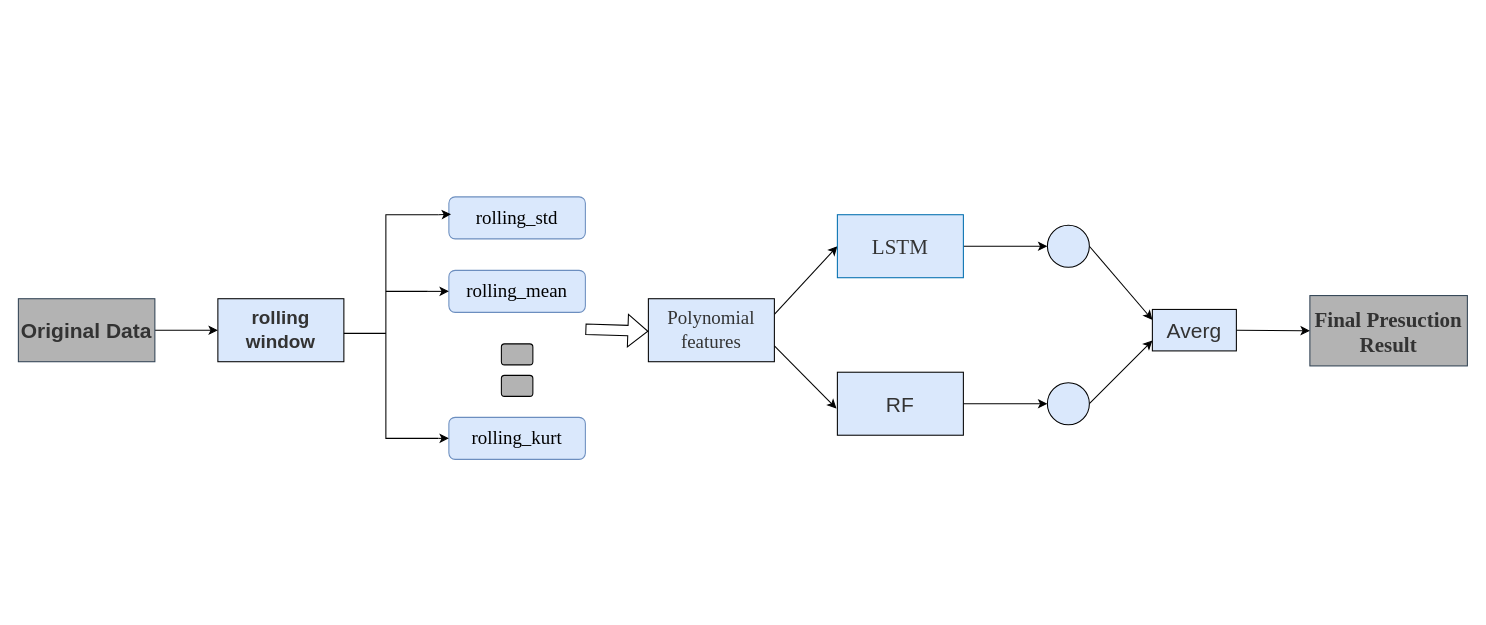
The draw.io diagram huihe.drawio in Lu-Ming-Song/C, before the edit. Source tidied: cells renumbered, new cells numbered last; positions are measured from the earlier drawing's top-left corner, leaving out a move shared by most shapes. Both pictures are drawn from the tidied source at 105%, with x=0, y=0 at pixel (18, 196).
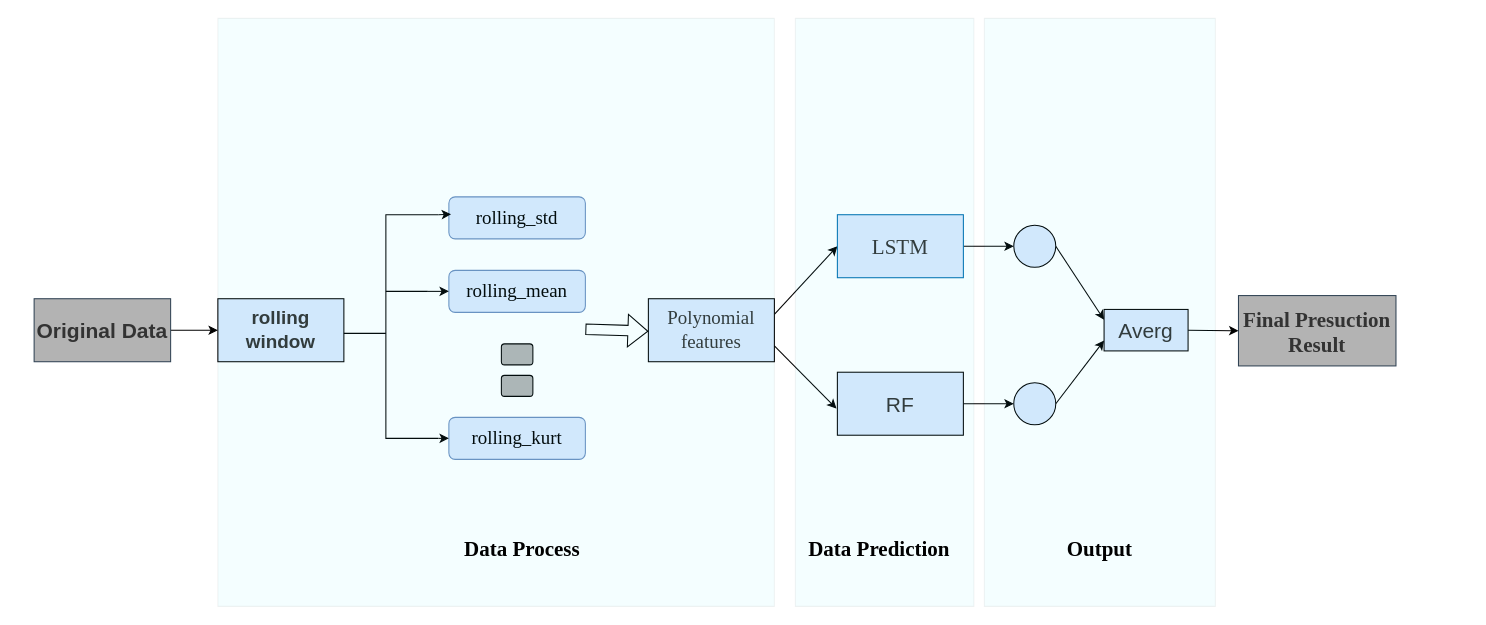
The same page after the edit.

Diff of the diagram source:
```diff
@@
     <mxCell id="3" value="&lt;font color=&quot;#333333&quot; style=&quot;font-size: 20px;&quot;&gt;&lt;b&gt;Original&amp;nbsp;&lt;span style=&quot;background-color: initial;&quot;&gt;Data&lt;/span&gt;&lt;/b&gt;&lt;/font&gt;" style="rounded=0;whiteSpace=wrap;html=1;fillColor=#B3B3B3;strokeColor=#314354;fontColor=#ffffff;" parent="1" vertex="1">
-      <mxGeometry y="97" width="130" height="60" as="geometry" />
+      <mxGeometry x="15" y="97" width="130" height="60" as="geometry" />
     </mxCell>
@@
     <mxCell id="16" value="&lt;font style=&quot;font-size: 20px;&quot; face=&quot;Times New Roman&quot; color=&quot;#333333&quot;&gt;&lt;b style=&quot;&quot;&gt;Final Presuction&lt;/b&gt;&lt;/font&gt;&lt;div style=&quot;color: rgb(0, 0, 0); font-size: 20px;&quot;&gt;&lt;font style=&quot;font-size: 20px;&quot; face=&quot;Times New Roman&quot; color=&quot;#333333&quot;&gt;&lt;b style=&quot;&quot;&gt;Result&lt;/b&gt;&lt;/font&gt;&lt;/div&gt;" style="rounded=0;whiteSpace=wrap;html=1;fillColor=#B3B3B3;strokeColor=#314354;fontColor=#ffffff;" parent="1" vertex="1">
-      <mxGeometry x="1230" y="94" width="150" height="67" as="geometry" />
+      <mxGeometry x="1162" y="94" width="150" height="67" as="geometry" />
     </mxCell>
@@
     <mxCell id="18" style="ellipse;whiteSpace=wrap;html=1;fillColor=#DAE8FC;" parent="1" vertex="1">
-      <mxGeometry x="980" y="27" width="40" height="40" as="geometry" />
+      <mxGeometry x="948" y="27" width="40" height="40" as="geometry" />
     </mxCell>
@@
     <mxCell id="20" style="ellipse;whiteSpace=wrap;html=1;fillColor=#DAE8FC;" parent="1" vertex="1">
-      <mxGeometry x="980" y="177" width="40" height="40" as="geometry" />
+      <mxGeometry x="948" y="177" width="40" height="40" as="geometry" />
     </mxCell>
@@
     <mxCell id="22" value="&lt;font color=&quot;#333333&quot; style=&quot;font-size: 20px;&quot;&gt;Averg&lt;/font&gt;" style="rounded=0;whiteSpace=wrap;html=1;fillColor=#DAE8FC;" parent="1" vertex="1">
-      <mxGeometry x="1080" y="107.2" width="80" height="39.5" as="geometry" />
+      <mxGeometry x="1034" y="107.2" width="80" height="39.5" as="geometry" />
     </mxCell>
@@
+    <mxCell id="31" style="verticalLabelPosition=bottom;verticalAlign=top;html=1;shape=mxgraph.basic.rect;fillColor2=none;strokeWidth=1;size=20;indent=5;opacity=5;fillColor=#36DDFF;" parent="1" vertex="1">
+      <mxGeometry x="190" y="-170" width="530" height="560" as="geometry" />
+    </mxCell>
+    <mxCell id="32" style="verticalLabelPosition=bottom;verticalAlign=top;html=1;shape=mxgraph.basic.rect;fillColor2=none;strokeWidth=1;size=20;indent=5;opacity=5;fillColor=#36DDFF;" parent="1" vertex="1">
+      <mxGeometry x="740" y="-170" width="170" height="560" as="geometry" />
+    </mxCell>
+    <mxCell id="33" style="verticalLabelPosition=bottom;verticalAlign=top;html=1;shape=mxgraph.basic.rect;fillColor2=none;strokeWidth=1;size=20;indent=5;opacity=5;fillColor=#36DDFF;" parent="1" vertex="1">
+      <mxGeometry x="920" y="-170" width="220" height="560" as="geometry" />
+    </mxCell>
+    <mxCell id="34" value="&lt;font style=&quot;font-size: 20px;&quot; face=&quot;Times New Roman&quot;&gt;&lt;b&gt;Data Process&lt;/b&gt;&lt;/font&gt;" style="text;strokeColor=none;align=center;fillColor=none;html=1;verticalAlign=middle;whiteSpace=wrap;rounded=0;" parent="1" vertex="1">
+      <mxGeometry x="410" y="320" width="140" height="30" as="geometry" />
+    </mxCell>
+    <mxCell id="35" value="&lt;font style=&quot;font-size: 20px;&quot; face=&quot;Times New Roman&quot;&gt;&lt;b&gt;Data Prediction&lt;/b&gt;&lt;/font&gt;" style="text;strokeColor=none;align=center;fillColor=none;html=1;verticalAlign=middle;whiteSpace=wrap;rounded=0;" parent="1" vertex="1">
+      <mxGeometry x="750" y="320" width="140" height="30" as="geometry" />
+    </mxCell>
+    <mxCell id="36" value="&lt;font style=&quot;font-size: 20px;&quot; face=&quot;Times New Roman&quot;&gt;&lt;b&gt;Output&lt;/b&gt;&lt;/font&gt;" style="text;strokeColor=none;align=center;fillColor=none;html=1;verticalAlign=middle;whiteSpace=wrap;rounded=0;" parent="1" vertex="1">
+      <mxGeometry x="960" y="320" width="140" height="30" as="geometry" />
+    </mxCell>
```
